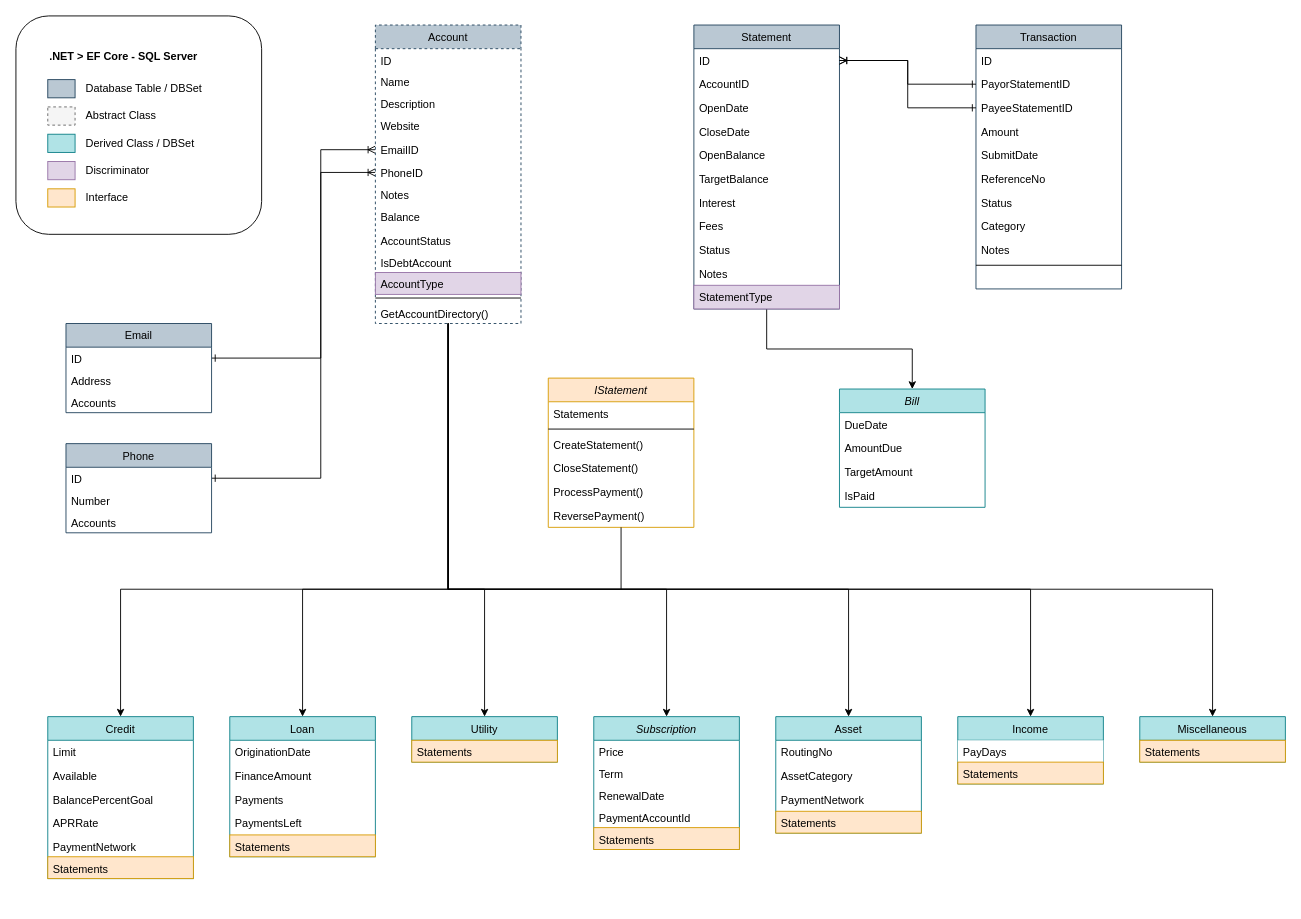
Earlier version of the draw.io diagram docs/models.drawio (this-shannonlee/Reckoning). Source tidied: cells renumbered, new cells numbered last; positions are measured from the earlier drawing's top-left corner, leaving out a move shared by most shapes. Both pictures are drawn from the tidied source at 91%, with x=0, y=0 at pixel (15, 15).
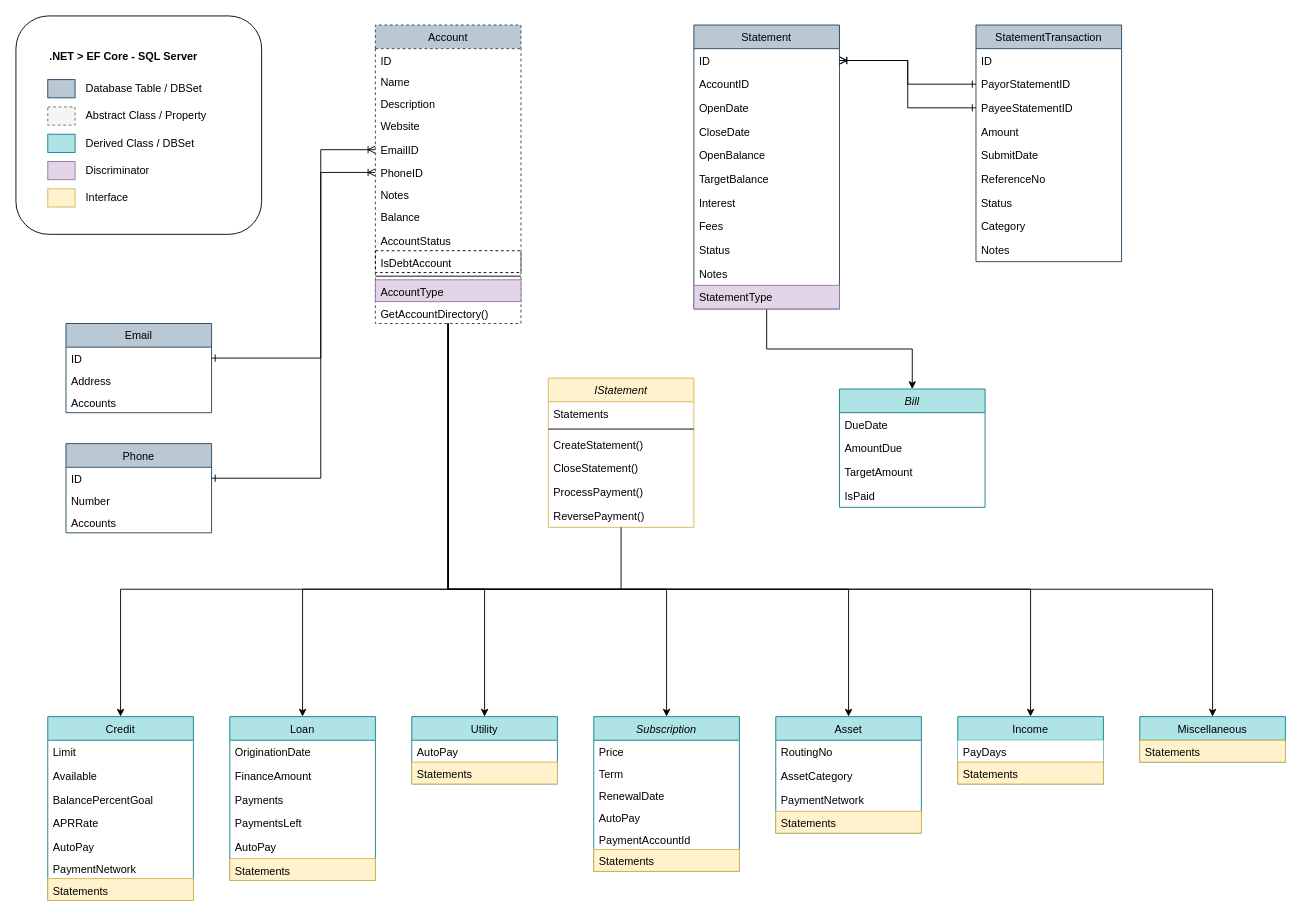
Above is the later version.

Commit message (it also covers changes not shown here):
create additional models

The change refers to these unchanged cells:
```xml
<mxCell id="42" value="Account" style="swimlane;fontStyle=0;align=center;verticalAlign=top;horizontal=1;startSize=26;rounded=0;shadow=0;strokeWidth=1;dashed=1;swimlaneFillColor=default;fillColor=#bac8d3;strokeColor=#23445d;" parent="1" vertex="1">
  <mxGeometry x="395" y="10" width="160" height="328" as="geometry" />
</mxCell>
<mxCell id="56" value="Asset" style="swimlane;fontStyle=0;align=center;verticalAlign=top;horizontal=1;startSize=26;rounded=0;shadow=0;strokeWidth=1;strokeColor=#0e8088;swimlaneLine=1;fillColor=#b0e3e6;swimlaneFillColor=default;" parent="1" vertex="1">
  <mxGeometry x="835" y="770" width="160" height="128" as="geometry" />
</mxCell>
<mxCell id="61" value="Income" style="swimlane;fontStyle=0;align=center;verticalAlign=top;horizontal=1;startSize=26;rounded=0;shadow=0;strokeWidth=1;swimlaneFillColor=default;fillColor=#b0e3e6;strokeColor=#0e8088;" parent="1" vertex="1">
  <mxGeometry x="1035" y="770" width="160" height="74" as="geometry" />
</mxCell>
<mxCell id="100" value="Miscellaneous" style="swimlane;fontStyle=0;align=center;verticalAlign=top;horizontal=1;startSize=26;rounded=0;shadow=0;strokeWidth=1;swimlaneFillColor=default;fillColor=#b0e3e6;strokeColor=#0e8088;" parent="1" vertex="1">
  <mxGeometry x="1235" y="770" width="160" height="50" as="geometry" />
</mxCell>
```

The edit, as a diff of the source:
```diff
@@
     <mxCell id="2" value="Subscription" style="swimlane;fontStyle=2;align=center;verticalAlign=top;horizontal=1;startSize=26;rounded=0;shadow=0;strokeWidth=1;fillColor=#b0e3e6;strokeColor=#0e8088;swimlaneFillColor=default;" parent="1" vertex="1">
-      <mxGeometry x="635" y="770" width="160" height="146" as="geometry" />
+      <mxGeometry x="635" y="770" width="160" height="170" as="geometry" />
     </mxCell>
@@
+    <mxCell id="116" value="AutoPay" style="text;align=left;verticalAlign=top;spacingLeft=4;spacingRight=4;overflow=hidden;rounded=0;shadow=0;html=0;" parent="2" vertex="1">
+      <mxGeometry y="98" width="160" height="24" as="geometry" />
+    </mxCell>
     <mxCell id="6" value="PaymentAccountId" style="text;align=left;verticalAlign=top;spacingLeft=4;spacingRight=4;overflow=hidden;rounded=0;shadow=0;html=0;" parent="2" vertex="1">
-      <mxGeometry y="98" width="160" height="24" as="geometry" />
+      <mxGeometry y="122" width="160" height="24" as="geometry" />
     </mxCell>
-    <mxCell id="7" value="Statements" style="text;align=left;verticalAlign=top;spacingLeft=4;spacingRight=4;overflow=hidden;rounded=0;shadow=0;html=0;fillColor=#ffe6cc;strokeColor=#d79b00;" parent="2" vertex="1">
-      <mxGeometry y="122" width="160" height="24" as="geometry" />
+    <mxCell id="7" value="Statements" style="text;align=left;verticalAlign=top;spacingLeft=4;spacingRight=4;overflow=hidden;rounded=0;shadow=0;html=0;fillColor=#fff2cc;strokeColor=#d6b656;" parent="2" vertex="1">
+      <mxGeometry y="146" width="160" height="24" as="geometry" />
     </mxCell>
     <mxCell id="8" value="Credit" style="swimlane;fontStyle=0;align=center;verticalAlign=top;horizontal=1;startSize=26;rounded=0;shadow=0;strokeWidth=1;swimlaneFillColor=default;fillColor=#b0e3e6;strokeColor=#0e8088;" parent="1" vertex="1">
-      <mxGeometry x="35" y="770" width="160" height="178" as="geometry" />
+      <mxGeometry x="35" y="770" width="160" height="202" as="geometry" />
     </mxCell>
@@
+    <mxCell id="117" value="AutoPay" style="text;align=left;verticalAlign=top;spacingLeft=4;spacingRight=4;overflow=hidden;rounded=0;shadow=0;html=0;" parent="8" vertex="1">
+      <mxGeometry y="130" width="160" height="24" as="geometry" />
+    </mxCell>
     <mxCell id="13" value="PaymentNetwork" style="text;align=left;verticalAlign=top;spacingLeft=4;spacingRight=4;overflow=hidden;rounded=0;shadow=0;html=0;" parent="8" vertex="1">
-      <mxGeometry y="130" width="160" height="24" as="geometry" />
+      <mxGeometry y="154" width="160" height="24" as="geometry" />
     </mxCell>
-    <mxCell id="14" value="Statements" style="text;align=left;verticalAlign=top;spacingLeft=4;spacingRight=4;overflow=hidden;rounded=0;shadow=0;html=0;fillColor=#ffe6cc;strokeColor=#d79b00;" parent="8" vertex="1">
-      <mxGeometry y="154" width="160" height="24" as="geometry" />
+    <mxCell id="14" value="Statements" style="text;align=left;verticalAlign=top;spacingLeft=4;spacingRight=4;overflow=hidden;rounded=0;shadow=0;html=0;fillColor=#fff2cc;strokeColor=#d6b656;" parent="8" vertex="1">
+      <mxGeometry y="178" width="160" height="24" as="geometry" />
     </mxCell>
@@
-    <mxCell id="28" value="Transaction" style="swimlane;fontStyle=0;align=center;verticalAlign=top;horizontal=1;startSize=26;rounded=0;shadow=0;strokeWidth=1;fillColor=#bac8d3;strokeColor=#23445d;" parent="1" vertex="1">
-      <mxGeometry x="1055" y="10" width="160" height="290" as="geometry" />
+    <mxCell id="28" value="StatementTransaction" style="swimlane;fontStyle=0;align=center;verticalAlign=top;horizontal=1;startSize=26;rounded=0;shadow=0;strokeWidth=1;fillColor=#bac8d3;strokeColor=#23445d;swimlaneFillColor=default;" parent="1" vertex="1">
+      <mxGeometry x="1055" y="10" width="160" height="260" as="geometry" />
     </mxCell>
@@
-    <mxCell id="38" style="line;html=1;strokeWidth=1;align=left;verticalAlign=middle;spacingTop=-1;spacingLeft=3;spacingRight=3;labelPosition=right;" parent="28" vertex="1">
-      <mxGeometry y="260" width="160" height="8" as="geometry" />
-    </mxCell>
@@
-    <mxCell id="52" value="IsDebtAccount" style="text;align=left;verticalAlign=top;spacingLeft=4;spacingRight=4;overflow=hidden;rounded=0;shadow=0;html=0;fillColor=none;" parent="42" vertex="1">
+    <mxCell id="52" value="IsDebtAccount" style="text;align=left;verticalAlign=top;spacingLeft=4;spacingRight=4;overflow=hidden;rounded=0;shadow=0;html=0;fillColor=none;dashed=1;strokeColor=default;" parent="42" vertex="1">
       <mxGeometry y="248" width="160" height="24" as="geometry" />
     </mxCell>
+    <mxCell id="54" style="line;html=1;strokeWidth=1;align=left;verticalAlign=middle;spacingTop=-1;spacingLeft=3;spacingRight=3;labelPosition=right;" parent="42" vertex="1">
+      <mxGeometry y="272" width="160" height="8" as="geometry" />
+    </mxCell>
     <mxCell id="53" value="AccountType" style="text;align=left;verticalAlign=top;spacingLeft=4;spacingRight=4;overflow=hidden;rounded=0;shadow=0;html=0;fillColor=#e1d5e7;strokeColor=#9673a6;" parent="42" vertex="1">
-      <mxGeometry y="272" width="160" height="24" as="geometry" />
+      <mxGeometry y="280" width="160" height="24" as="geometry" />
     </mxCell>
-    <mxCell id="54" style="line;html=1;strokeWidth=1;align=left;verticalAlign=middle;spacingTop=-1;spacingLeft=3;spacingRight=3;labelPosition=right;" parent="42" vertex="1">
-      <mxGeometry y="296" width="160" height="8" as="geometry" />
-    </mxCell>
@@
-    <mxCell id="60" value="Statements" style="text;align=left;verticalAlign=top;spacingLeft=4;spacingRight=4;overflow=hidden;rounded=0;shadow=0;html=0;fillColor=#ffe6cc;strokeColor=#d79b00;" parent="56" vertex="1">
+    <mxCell id="60" value="Statements" style="text;align=left;verticalAlign=top;spacingLeft=4;spacingRight=4;overflow=hidden;rounded=0;shadow=0;html=0;fillColor=#fff2cc;strokeColor=#d6b656;" parent="56" vertex="1">
       <mxGeometry y="104" width="160" height="24" as="geometry" />
     </mxCell>
@@
-    <mxCell id="63" value="Statements" style="text;align=left;verticalAlign=top;spacingLeft=4;spacingRight=4;overflow=hidden;rounded=0;shadow=0;html=0;fillColor=#ffe6cc;strokeColor=#d79b00;" parent="61" vertex="1">
+    <mxCell id="63" value="Statements" style="text;align=left;verticalAlign=top;spacingLeft=4;spacingRight=4;overflow=hidden;rounded=0;shadow=0;html=0;fillColor=#fff2cc;strokeColor=#d6b656;" parent="61" vertex="1">
       <mxGeometry y="50" width="160" height="24" as="geometry" />
     </mxCell>
     <mxCell id="64" value="Loan" style="swimlane;fontStyle=0;align=center;verticalAlign=top;horizontal=1;startSize=26;rounded=0;shadow=0;strokeWidth=1;fillColor=#b0e3e6;strokeColor=#0e8088;swimlaneFillColor=default;" parent="1" vertex="1">
-      <mxGeometry x="235" y="770" width="160" height="154" as="geometry" />
+      <mxGeometry x="235" y="770" width="160" height="180" as="geometry" />
     </mxCell>
@@
+    <mxCell id="118" value="AutoPay" style="text;align=left;verticalAlign=top;spacingLeft=4;spacingRight=4;overflow=hidden;rounded=0;shadow=0;html=0;" parent="64" vertex="1">
+      <mxGeometry y="130" width="160" height="26" as="geometry" />
+    </mxCell>
-    <mxCell id="69" value="Statements" style="text;align=left;verticalAlign=top;spacingLeft=4;spacingRight=4;overflow=hidden;rounded=0;shadow=0;html=0;fillColor=#ffe6cc;strokeColor=#d79b00;" parent="64" vertex="1">
-      <mxGeometry y="130" width="160" height="24" as="geometry" />
+    <mxCell id="69" value="Statements" style="text;align=left;verticalAlign=top;spacingLeft=4;spacingRight=4;overflow=hidden;rounded=0;shadow=0;html=0;fillColor=#fff2cc;strokeColor=#d6b656;" parent="64" vertex="1">
+      <mxGeometry y="156" width="160" height="24" as="geometry" />
     </mxCell>
@@
-    <mxCell id="96" value="Abstract Class" style="text;html=1;align=left;verticalAlign=middle;whiteSpace=wrap;rounded=0;" parent="1" vertex="1">
+    <mxCell id="96" value="Abstract Class / Property" style="text;html=1;align=left;verticalAlign=middle;whiteSpace=wrap;rounded=0;" parent="1" vertex="1">
       <mxGeometry x="75" y="95" width="190" height="30" as="geometry" />
     </mxCell>
@@
-    <mxCell id="101" value="Statements" style="text;align=left;verticalAlign=top;spacingLeft=4;spacingRight=4;overflow=hidden;rounded=0;shadow=0;html=0;fillColor=#ffe6cc;strokeColor=#d79b00;" parent="100" vertex="1">
+    <mxCell id="101" value="Statements" style="text;align=left;verticalAlign=top;spacingLeft=4;spacingRight=4;overflow=hidden;rounded=0;shadow=0;html=0;fillColor=#fff2cc;strokeColor=#d6b656;" parent="100" vertex="1">
       <mxGeometry y="26" width="160" height="24" as="geometry" />
     </mxCell>
@@
-    <mxCell id="104" style="rounded=0;whiteSpace=wrap;html=1;shadow=0;strokeColor=#d79b00;strokeWidth=1;align=center;verticalAlign=top;fontFamily=Helvetica;fontSize=12;fontStyle=0;fillColor=#ffe6cc;swimlaneFillColor=default;" parent="1" vertex="1">
+    <mxCell id="104" style="rounded=0;whiteSpace=wrap;html=1;shadow=0;strokeColor=#d6b656;strokeWidth=1;align=center;verticalAlign=top;fontFamily=Helvetica;fontSize=12;fontStyle=0;fillColor=#fff2cc;swimlaneFillColor=default;" parent="1" vertex="1">
       <mxGeometry x="35" y="190" width="30" height="20" as="geometry" />
     </mxCell>
     <mxCell id="105" value="Utility" style="swimlane;fontStyle=0;align=center;verticalAlign=top;horizontal=1;startSize=26;rounded=0;shadow=0;strokeWidth=1;fillColor=#b0e3e6;strokeColor=#0e8088;swimlaneFillColor=default;" parent="1" vertex="1">
-      <mxGeometry x="435" y="770" width="160" height="50" as="geometry" />
+      <mxGeometry x="435" y="770" width="160" height="74" as="geometry" />
     </mxCell>
-    <mxCell id="106" value="Statements" style="text;align=left;verticalAlign=top;spacingLeft=4;spacingRight=4;overflow=hidden;rounded=0;shadow=0;html=0;fillColor=#ffe6cc;strokeColor=#d79b00;" parent="105" vertex="1">
+    <mxCell id="106" value="AutoPay" style="text;align=left;verticalAlign=top;spacingLeft=4;spacingRight=4;overflow=hidden;rounded=0;shadow=0;html=0;fontFamily=Helvetica;fontSize=12;" parent="105" vertex="1">
       <mxGeometry y="26" width="160" height="24" as="geometry" />
     </mxCell>
+    <mxCell id="119" value="Statements" style="text;align=left;verticalAlign=top;spacingLeft=4;spacingRight=4;overflow=hidden;rounded=0;shadow=0;html=0;fillColor=#fff2cc;strokeColor=#d6b656;" parent="105" vertex="1">
+      <mxGeometry y="50" width="160" height="24" as="geometry" />
+    </mxCell>
@@
-    <mxCell id="108" value="IStatement" style="swimlane;fontStyle=2;align=center;verticalAlign=top;horizontal=1;startSize=26;rounded=0;shadow=0;strokeWidth=1;swimlaneFillColor=default;fontFamily=Helvetica;fontSize=12;fillColor=#ffe6cc;strokeColor=#d79b00;" parent="1" vertex="1">
+    <mxCell id="108" value="IStatement" style="swimlane;fontStyle=2;align=center;verticalAlign=top;horizontal=1;startSize=26;rounded=0;shadow=0;strokeWidth=1;swimlaneFillColor=default;fontFamily=Helvetica;fontSize=12;fillColor=#fff2cc;strokeColor=#d6b656;" parent="1" vertex="1">
       <mxGeometry x="585" y="398" width="160" height="164" as="geometry" />
     </mxCell>
```
